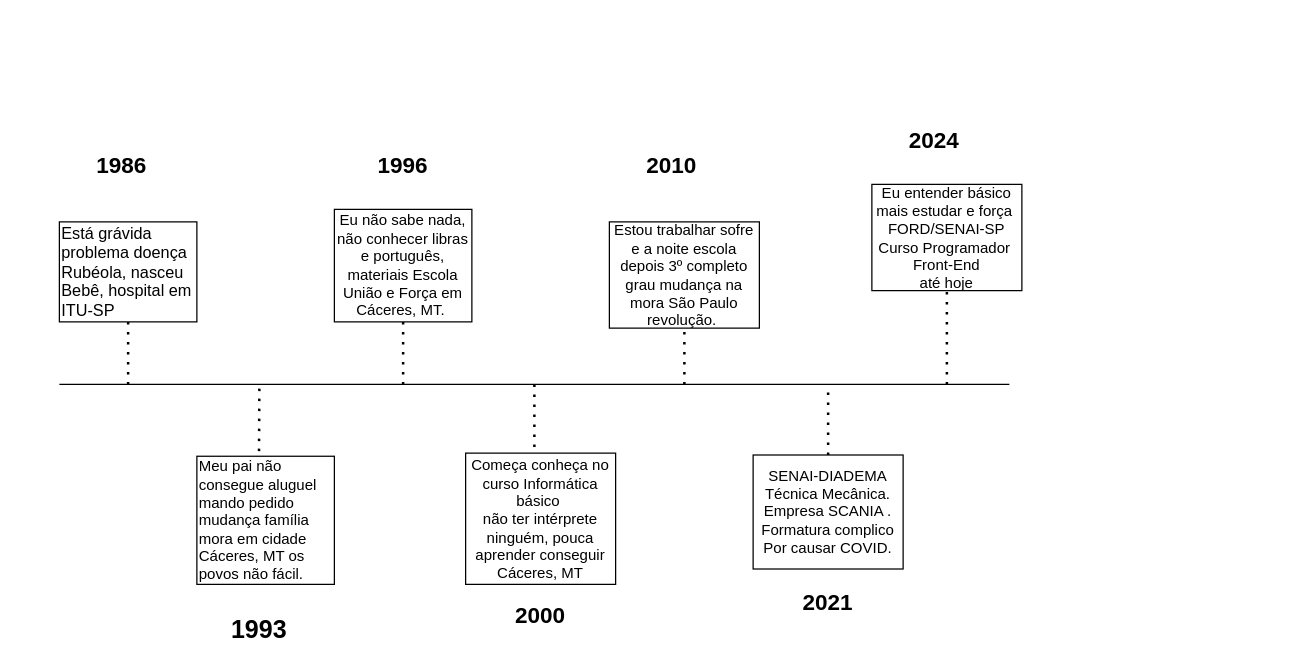
This is Diagrama sem nome.drawio from Carlagomesneto/Carlagomes, a draw.io file, before an edit. Source tidied: cells renumbered, new cells numbered last; positions are measured from the earlier drawing's top-left corner, leaving out a move shared by most shapes. Both pictures are drawn from the tidied source at 125%, with x=0, y=0 at pixel (59, 121).
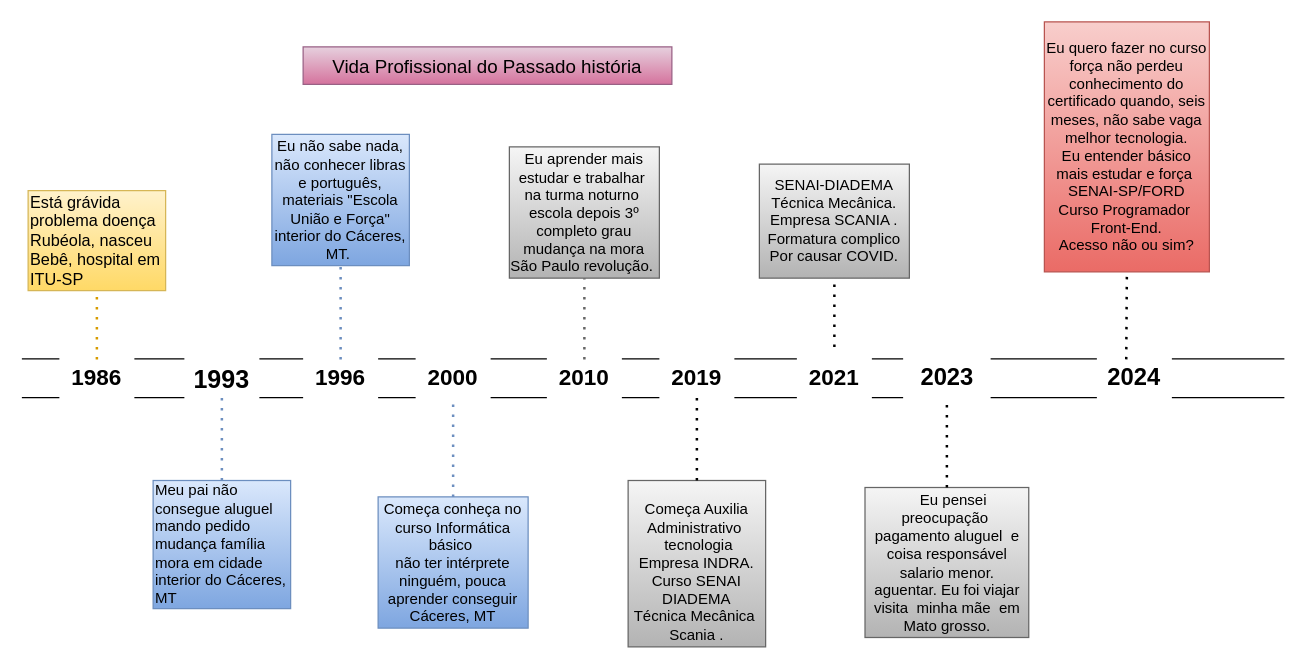
After the change.

What changed in the source:
```diff
@@
+    <mxCell id="3" value="&lt;div style=&quot;&quot;&gt;&lt;span style=&quot;background-color: initial; font-size: 13px;&quot;&gt;Está grávida problema doença Rubéola, nasceu Bebê, hospital em ITU-SP&amp;nbsp;&lt;/span&gt;&lt;/div&gt;" style="whiteSpace=wrap;html=1;align=left;labelBackgroundColor=none;rounded=0;fillColor=#fff2cc;strokeColor=#d6b656;gradientColor=#ffd966;" parent="1" vertex="1">
+      <mxGeometry x="-25" y="55" width="110" height="80" as="geometry" />
+    </mxCell>
+    <mxCell id="6" value="&lt;div style=&quot;&quot;&gt;&lt;span style=&quot;background-color: initial;&quot;&gt;Meu pai não consegue aluguel mando pedido mudança família mora em cidade interior do Cáceres, MT&amp;nbsp;&lt;/span&gt;&lt;/div&gt;" style="whiteSpace=wrap;html=1;align=left;labelBackgroundColor=none;rounded=0;fillColor=#dae8fc;gradientColor=#7ea6e0;strokeColor=#6c8ebf;" parent="1" vertex="1">
+      <mxGeometry x="75" y="286.9" width="110" height="102.5" as="geometry" />
+    </mxCell>
+    <mxCell id="9" value="Eu não sabe nada,&lt;div&gt;não conhecer libras e português, materiais &quot;Escola União e Força&quot; interior do Cáceres, MT.&amp;nbsp;&lt;/div&gt;" style="whiteSpace=wrap;html=1;labelBackgroundColor=none;rounded=0;fillColor=#dae8fc;gradientColor=#7ea6e0;strokeColor=#6c8ebf;" parent="1" vertex="1">
+      <mxGeometry x="170" y="10" width="110" height="105" as="geometry" />
+    </mxCell>
+    <mxCell id="12" value="Começa conheça no curso Informática básico&amp;nbsp;&lt;div&gt;não ter intérprete ninguém, pouca aprender conseguir&lt;/div&gt;&lt;div&gt;Cáceres, MT&lt;/div&gt;" style="whiteSpace=wrap;html=1;labelBackgroundColor=none;fillColor=#dae8fc;gradientColor=#7ea6e0;strokeColor=#6c8ebf;" parent="1" vertex="1">
+      <mxGeometry x="255" y="300" width="120" height="105" as="geometry" />
+    </mxCell>
+    <mxCell id="16" value="Eu aprender mais estudar e trabalhar&amp;nbsp; na turma noturno&amp;nbsp; escola depois 3º completo grau mudança na mora São Paulo revolução.&amp;nbsp;" style="whiteSpace=wrap;html=1;labelBackgroundColor=none;fillColor=#f5f5f5;gradientColor=#b3b3b3;strokeColor=#666666;" parent="1" vertex="1">
+      <mxGeometry x="360" y="20" width="120" height="105" as="geometry" />
+    </mxCell>
+    <mxCell id="19" value="SENAI-DIADEMA&lt;div&gt;Técnica Mecânica. Empresa SCANIA .&lt;/div&gt;&lt;div&gt;Formatura complico&lt;/div&gt;&lt;div&gt;Por causar COVID.&lt;/div&gt;" style="whiteSpace=wrap;html=1;labelBackgroundColor=none;fillColor=#f5f5f5;gradientColor=#b3b3b3;strokeColor=#666666;" parent="1" vertex="1">
+      <mxGeometry x="560" y="33.8" width="120" height="91.2" as="geometry" />
+    </mxCell>
+    <mxCell id="21" value="Eu quero fazer no curso força não perdeu conhecimento do certificado quando, seis meses, não sabe vaga melhor tecnologia.&lt;div&gt;&lt;div&gt;&lt;span style=&quot;background-color: initial;&quot;&gt;Eu entender básico mais estudar e força&amp;nbsp; SENAI-SP/FORD&lt;/span&gt;&lt;br&gt;&lt;/div&gt;&lt;div&gt;Curso Programador&amp;nbsp; Front-End.&lt;/div&gt;&lt;/div&gt;&lt;div&gt;Acesso não ou sim?&lt;/div&gt;" style="whiteSpace=wrap;html=1;labelBackgroundColor=none;fillColor=#f8cecc;gradientColor=#ea6b66;strokeColor=#b85450;" parent="1" vertex="1">
+      <mxGeometry x="788" y="-80" width="132" height="200" as="geometry" />
+    </mxCell>
+    <mxCell id="24" style="shape=link;html=1;rounded=0;width=31;" parent="1" edge="1" target="2">
+      <mxGeometry relative="1" as="geometry">
+        <mxPoint x="-30" y="205" as="sourcePoint" />
+      </mxGeometry>
+    </mxCell>
     <mxCell id="2" value="1986" style="text;html=1;align=center;verticalAlign=middle;whiteSpace=wrap;rounded=0;fontStyle=1;fontSize=18;labelBackgroundColor=none;" parent="1" vertex="1">
-      <mxGeometry x="20" y="20" width="60" height="30" as="geometry" />
+      <mxGeometry y="190" width="60" height="30" as="geometry" />
     </mxCell>
-    <mxCell id="3" value="&lt;div style=&quot;&quot;&gt;&lt;span style=&quot;background-color: initial; font-size: 13px;&quot;&gt;Está grávida problema doença Rubéola, nasceu Bebê, hospital em ITU-SP&amp;nbsp;&lt;/span&gt;&lt;/div&gt;" style="whiteSpace=wrap;html=1;align=left;labelBackgroundColor=none;rounded=0;" parent="1" vertex="1">
-      <mxGeometry y="80" width="110" height="80" as="geometry" />
-    </mxCell>
-    <mxCell id="4" style="endArrow=none;html=1;rounded=0;labelBackgroundColor=none;fontColor=default;" parent="1" edge="1">
-      <mxGeometry relative="1" as="geometry">
-        <mxPoint y="210" as="sourcePoint" />
-        <mxPoint x="760" y="210" as="targetPoint" />
-      </mxGeometry>
-    </mxCell>
+    <mxCell id="25" style="endArrow=none;dashed=1;html=1;dashPattern=1 3;strokeWidth=2;rounded=0;entryX=0.5;entryY=1;entryDx=0;entryDy=0;exitX=0.5;exitY=0;exitDx=0;exitDy=0;fillColor=#ffcd28;gradientColor=#ffa500;strokeColor=#d79b00;" parent="1" edge="1" source="2" target="3">
+      <mxGeometry relative="1" as="geometry" />
+    </mxCell>
+    <mxCell id="26" style="shape=link;html=1;rounded=0;width=31;" parent="1" edge="1" source="2" target="5">
+      <mxGeometry relative="1" as="geometry" />
+    </mxCell>
     <mxCell id="5" value="1993" style="text;html=1;align=center;verticalAlign=middle;whiteSpace=wrap;rounded=0;fontStyle=1;fontSize=20;labelBackgroundColor=none;" parent="1" vertex="1">
-      <mxGeometry x="130" y="390" width="60" height="30" as="geometry" />
+      <mxGeometry x="100" y="190" width="60" height="30" as="geometry" />
     </mxCell>
-    <mxCell id="6" value="&lt;div style=&quot;&quot;&gt;&lt;span style=&quot;background-color: initial;&quot;&gt;Meu pai não consegue aluguel mando pedido mudança família mora em cidade Cáceres, MT os povos não fácil.&lt;/span&gt;&lt;/div&gt;" style="whiteSpace=wrap;html=1;align=left;labelBackgroundColor=none;rounded=0;" parent="1" vertex="1">
-      <mxGeometry x="110" y="267.5" width="110" height="102.5" as="geometry" />
-    </mxCell>
-    <mxCell id="7" style="endArrow=none;dashed=1;html=1;dashPattern=1 3;strokeWidth=2;rounded=0;exitX=0.452;exitY=-0.04;exitDx=0;exitDy=0;exitPerimeter=0;labelBackgroundColor=none;fontColor=default;" parent="1" edge="1" source="6">
-      <mxGeometry relative="1" as="geometry">
-        <mxPoint x="160" y="210" as="targetPoint" />
-      </mxGeometry>
-    </mxCell>
-    <mxCell id="8" style="endArrow=none;dashed=1;html=1;dashPattern=1 3;strokeWidth=2;rounded=0;labelBackgroundColor=none;fontColor=default;entryX=0.5;entryY=1;entryDx=0;entryDy=0;" parent="1" edge="1" target="3">
-      <mxGeometry relative="1" as="geometry">
-        <mxPoint x="55" y="210" as="sourcePoint" />
-      </mxGeometry>
-    </mxCell>
-    <mxCell id="9" value="Eu não sabe nada,&lt;div&gt;não conhecer libras e português, materiais Escola União e Força em Cáceres, MT.&amp;nbsp;&lt;/div&gt;" style="whiteSpace=wrap;html=1;labelBackgroundColor=none;rounded=0;" parent="1" vertex="1">
-      <mxGeometry x="220" y="70" width="110" height="90" as="geometry" />
-    </mxCell>
+    <mxCell id="27" style="endArrow=none;dashed=1;html=1;dashPattern=1 3;strokeWidth=2;rounded=0;exitX=0.5;exitY=0;exitDx=0;exitDy=0;entryX=0.5;entryY=1;entryDx=0;entryDy=0;fillColor=#dae8fc;strokeColor=#6c8ebf;gradientColor=#7ea6e0;" parent="1" edge="1" source="6" target="5">
+      <mxGeometry relative="1" as="geometry" />
+    </mxCell>
+    <mxCell id="28" style="shape=link;html=1;rounded=0;width=31;" parent="1" edge="1" source="5" target="10">
+      <mxGeometry relative="1" as="geometry" />
+    </mxCell>
     <mxCell id="10" value="&lt;b&gt;&lt;font style=&quot;font-size: 18px;&quot;&gt;1996&lt;/font&gt;&lt;/b&gt;" style="text;html=1;align=center;verticalAlign=middle;whiteSpace=wrap;rounded=0;labelBackgroundColor=none;" parent="1" vertex="1">
-      <mxGeometry x="245" y="20" width="60" height="30" as="geometry" />
+      <mxGeometry x="195" y="190" width="60" height="30" as="geometry" />
     </mxCell>
+    <mxCell id="29" style="endArrow=none;dashed=1;html=1;dashPattern=1 3;strokeWidth=2;rounded=0;entryX=0.5;entryY=1;entryDx=0;entryDy=0;fillColor=#dae8fc;gradientColor=#7ea6e0;strokeColor=#6c8ebf;exitX=0.5;exitY=0;exitDx=0;exitDy=0;" parent="1" edge="1" source="10" target="9">
+      <mxGeometry relative="1" as="geometry" />
+    </mxCell>
+    <mxCell id="30" style="shape=link;html=1;rounded=0;width=31;" parent="1" edge="1" source="10" target="11">
+      <mxGeometry relative="1" as="geometry" />
+    </mxCell>
     <mxCell id="11" value="&lt;b&gt;&lt;font style=&quot;font-size: 18px;&quot;&gt;2000&lt;/font&gt;&lt;/b&gt;" style="text;html=1;align=center;verticalAlign=middle;whiteSpace=wrap;rounded=0;labelBackgroundColor=none;" parent="1" vertex="1">
-      <mxGeometry x="355" y="380" width="60" height="30" as="geometry" />
+      <mxGeometry x="285" y="190" width="60" height="30" as="geometry" />
     </mxCell>
-    <mxCell id="12" value="Começa conheça no curso Informática básico&amp;nbsp;&lt;div&gt;não ter intérprete ninguém, pouca aprender conseguir&lt;/div&gt;&lt;div&gt;Cáceres, MT&lt;/div&gt;" style="whiteSpace=wrap;html=1;labelBackgroundColor=none;" parent="1" vertex="1">
-      <mxGeometry x="325" y="265" width="120" height="105" as="geometry" />
-    </mxCell>
-    <mxCell id="13" style="endArrow=none;dashed=1;html=1;dashPattern=1 3;strokeWidth=2;entryX=0.5;entryY=1;entryDx=0;entryDy=0;labelBackgroundColor=none;fontColor=default;" parent="1" edge="1" target="9">
-      <mxGeometry relative="1" as="geometry">
-        <mxPoint x="275" y="210" as="sourcePoint" />
-      </mxGeometry>
-    </mxCell>
-    <mxCell id="14" style="endArrow=none;dashed=1;html=1;dashPattern=1 3;strokeWidth=2;labelBackgroundColor=none;fontColor=default;" parent="1" edge="1">
-      <mxGeometry relative="1" as="geometry">
-        <mxPoint x="380" y="260" as="sourcePoint" />
-        <mxPoint x="380" y="210" as="targetPoint" />
-      </mxGeometry>
-    </mxCell>
+    <mxCell id="31" style="endArrow=none;dashed=1;html=1;dashPattern=1 3;strokeWidth=2;rounded=0;entryX=0.5;entryY=1;entryDx=0;entryDy=0;fillColor=#dae8fc;gradientColor=#7ea6e0;strokeColor=#6c8ebf;exitX=0.5;exitY=0;exitDx=0;exitDy=0;" parent="1" edge="1" source="12" target="11">
+      <mxGeometry relative="1" as="geometry" />
+    </mxCell>
+    <mxCell id="32" style="shape=link;html=1;rounded=0;width=31;" parent="1" edge="1" source="11" target="15">
+      <mxGeometry relative="1" as="geometry" />
+    </mxCell>
     <mxCell id="15" value="&lt;b&gt;&lt;font style=&quot;font-size: 18px;&quot;&gt;2010&lt;/font&gt;&lt;/b&gt;" style="text;html=1;align=center;verticalAlign=middle;whiteSpace=wrap;rounded=0;labelBackgroundColor=none;" parent="1" vertex="1">
-      <mxGeometry x="460" y="20" width="60" height="30" as="geometry" />
+      <mxGeometry x="390" y="190" width="60" height="30" as="geometry" />
     </mxCell>
-    <mxCell id="16" value="Estou trabalhar sofre e a noite escola depois 3º completo grau mudança na mora São Paulo revolução.&amp;nbsp;" style="whiteSpace=wrap;html=1;labelBackgroundColor=none;" parent="1" vertex="1">
-      <mxGeometry x="440" y="80" width="120" height="85" as="geometry" />
-    </mxCell>
-    <mxCell id="17" style="endArrow=none;dashed=1;html=1;dashPattern=1 3;strokeWidth=2;entryX=0.5;entryY=1;entryDx=0;entryDy=0;labelBackgroundColor=none;fontColor=default;" parent="1" edge="1" target="16">
-      <mxGeometry relative="1" as="geometry">
-        <mxPoint x="500" y="210" as="sourcePoint" />
-      </mxGeometry>
-    </mxCell>
+    <mxCell id="33" style="endArrow=none;dashed=1;html=1;dashPattern=1 3;strokeWidth=2;rounded=0;exitX=0.5;exitY=0;exitDx=0;exitDy=0;entryX=0.5;entryY=1;entryDx=0;entryDy=0;fillColor=#f5f5f5;gradientColor=#b3b3b3;strokeColor=#666666;" parent="1" edge="1" source="15" target="16">
+      <mxGeometry relative="1" as="geometry" />
+    </mxCell>
+    <mxCell id="34" style="shape=link;html=1;rounded=0;width=31;" parent="1" edge="1" source="42" target="18">
+      <mxGeometry relative="1" as="geometry" />
+    </mxCell>
     <mxCell id="18" value="&lt;b&gt;&lt;font style=&quot;font-size: 18px;&quot;&gt;2021&lt;/font&gt;&lt;/b&gt;" style="text;html=1;align=center;verticalAlign=middle;whiteSpace=wrap;rounded=0;labelBackgroundColor=none;" parent="1" vertex="1">
-      <mxGeometry x="585" y="370" width="60" height="30" as="geometry" />
+      <mxGeometry x="590" y="190" width="60" height="30" as="geometry" />
     </mxCell>
-    <mxCell id="19" value="SENAI-DIADEMA&lt;div&gt;Técnica Mecânica. Empresa SCANIA .&lt;/div&gt;&lt;div&gt;Formatura complico&lt;/div&gt;&lt;div&gt;Por causar COVID.&lt;/div&gt;" style="whiteSpace=wrap;html=1;labelBackgroundColor=none;" parent="1" vertex="1">
-      <mxGeometry x="555" y="266.5" width="120" height="91.2" as="geometry" />
-    </mxCell>
-    <mxCell id="20" style="endArrow=none;dashed=1;html=1;dashPattern=1 3;strokeWidth=2;exitX=0.5;exitY=0;exitDx=0;exitDy=0;labelBackgroundColor=none;fontColor=default;" parent="1" edge="1" source="19">
-      <mxGeometry relative="1" as="geometry">
-        <mxPoint x="615" y="210" as="targetPoint" />
-      </mxGeometry>
-    </mxCell>
-    <mxCell id="21" value="Eu entender básico mais estudar e força&amp;nbsp; FORD/SENAI-SP&lt;div&gt;Curso Programador&amp;nbsp; Front-End&lt;/div&gt;&lt;div&gt;até hoje&lt;/div&gt;" style="whiteSpace=wrap;html=1;labelBackgroundColor=none;" parent="1" vertex="1">
-      <mxGeometry x="650" y="50" width="120" height="85" as="geometry" />
-    </mxCell>
+    <mxCell id="35" style="edgeStyle=orthogonalEdgeStyle;rounded=0;orthogonalLoop=1;jettySize=auto;html=1;exitX=0.5;exitY=1;exitDx=0;exitDy=0;" parent="1" edge="1">
+      <mxGeometry relative="1" as="geometry">
+        <mxPoint x="853.5" y="220" as="sourcePoint" />
+        <mxPoint x="853.5" y="220" as="targetPoint" />
+      </mxGeometry>
+    </mxCell>
+    <mxCell id="36" style="endArrow=none;dashed=1;html=1;dashPattern=1 3;strokeWidth=2;rounded=0;entryX=0.5;entryY=1;entryDx=0;entryDy=0;exitX=0.5;exitY=0;exitDx=0;exitDy=0;" parent="1" edge="1" target="21">
+      <mxGeometry relative="1" as="geometry">
+        <mxPoint x="853.5" y="190" as="sourcePoint" />
+      </mxGeometry>
+    </mxCell>
+    <mxCell id="37" value="&lt;font style=&quot;font-size: 15px;&quot;&gt;Vida Profissional do Passado história&lt;/font&gt;" style="text;html=1;align=center;verticalAlign=middle;whiteSpace=wrap;rounded=0;fillColor=#e6d0de;gradientColor=#d5739d;strokeColor=#996185;" parent="1" vertex="1">
+      <mxGeometry x="195" y="-60" width="295" height="30" as="geometry" />
+    </mxCell>
+    <mxCell id="38" value="&lt;div style=&quot;&quot;&gt;&lt;span style=&quot;background-color: initial;&quot;&gt;&amp;nbsp; &amp;nbsp;Eu pensei preocupação&amp;nbsp; pagamento aluguel&amp;nbsp; e coisa&amp;nbsp;&lt;/span&gt;&lt;span style=&quot;background-color: initial;&quot;&gt;responsável salario menor. aguentar.&amp;nbsp;&lt;/span&gt;&lt;span style=&quot;background-color: initial;&quot;&gt;Eu foi viajar visita&amp;nbsp; minha mãe&amp;nbsp; em Mato grosso.&lt;/span&gt;&lt;/div&gt;" style="text;html=1;align=center;verticalAlign=middle;whiteSpace=wrap;rounded=0;fillColor=#f5f5f5;gradientColor=#b3b3b3;strokeColor=#666666;" parent="1" vertex="1">
+      <mxGeometry x="644.5" y="292.5" width="131" height="120" as="geometry" />
+    </mxCell>
+    <mxCell id="39" value="&lt;br&gt;&lt;span style=&quot;color: rgb(0, 0, 0); font-family: Helvetica; font-size: 12px; font-style: normal; font-variant-ligatures: normal; font-variant-caps: normal; font-weight: 400; letter-spacing: normal; orphans: 2; text-align: center; text-indent: 0px; text-transform: none; widows: 2; word-spacing: 0px; -webkit-text-stroke-width: 0px; white-space: normal; text-decoration-thickness: initial; text-decoration-style: initial; text-decoration-color: initial; float: none; display: inline !important;&quot;&gt;Começa Auxilia Administrativo&amp;nbsp; &amp;nbsp;tecnologia Empresa INDRA.&lt;/span&gt;&lt;div&gt;&lt;span style=&quot;color: rgb(0, 0, 0); font-family: Helvetica; font-size: 12px; font-style: normal; font-variant-ligatures: normal; font-variant-caps: normal; font-weight: 400; letter-spacing: normal; orphans: 2; text-align: center; text-indent: 0px; text-transform: none; widows: 2; word-spacing: 0px; -webkit-text-stroke-width: 0px; white-space: normal; text-decoration-thickness: initial; text-decoration-style: initial; text-decoration-color: initial; float: none; display: inline !important;&quot;&gt;Curso SENAI DIADEMA&lt;/span&gt;&lt;/div&gt;&lt;div&gt;&lt;span style=&quot;color: rgb(0, 0, 0); font-family: Helvetica; font-size: 12px; font-style: normal; font-variant-ligatures: normal; font-variant-caps: normal; font-weight: 400; letter-spacing: normal; orphans: 2; text-align: center; text-indent: 0px; text-transform: none; widows: 2; word-spacing: 0px; -webkit-text-stroke-width: 0px; white-space: normal; text-decoration-thickness: initial; text-decoration-style: initial; text-decoration-color: initial; float: none; display: inline !important;&quot;&gt;Técnica Mecânica&amp;nbsp;&lt;/span&gt;&lt;div&gt;Scania .&lt;/div&gt;&lt;/div&gt;" style="text;html=1;align=center;verticalAlign=middle;whiteSpace=wrap;rounded=0;fillColor=#f5f5f5;gradientColor=#b3b3b3;strokeColor=#666666;" parent="1" vertex="1">
+      <mxGeometry x="455" y="286.9" width="110" height="133.1" as="geometry" />
+    </mxCell>
+    <mxCell id="40" style="endArrow=none;dashed=1;html=1;dashPattern=1 3;strokeWidth=2;rounded=0;exitX=0.5;exitY=0;exitDx=0;exitDy=0;" parent="1" edge="1" source="39">
+      <mxGeometry relative="1" as="geometry">
+        <mxPoint x="510" y="220" as="targetPoint" />
+      </mxGeometry>
+    </mxCell>
+    <mxCell id="41" style="shape=link;html=1;rounded=0;width=31;" parent="1" edge="1" source="15" target="42">
+      <mxGeometry relative="1" as="geometry" />
+    </mxCell>
+    <mxCell id="42" value="&lt;font size=&quot;1&quot; style=&quot;&quot;&gt;&lt;b style=&quot;font-size: 18px;&quot;&gt;2019&lt;/b&gt;&lt;/font&gt;" style="text;html=1;align=center;verticalAlign=middle;whiteSpace=wrap;rounded=0;" parent="1" vertex="1">
+      <mxGeometry x="480" y="190" width="60" height="30" as="geometry" />
+    </mxCell>
+    <mxCell id="43" style="endArrow=none;dashed=1;html=1;dashPattern=1 3;strokeWidth=2;rounded=0;entryX=0.5;entryY=1;entryDx=0;entryDy=0;" parent="1" edge="1" target="19">
+      <mxGeometry relative="1" as="geometry">
+        <mxPoint x="620" y="180" as="sourcePoint" />
+      </mxGeometry>
+    </mxCell>
+    <mxCell id="44" style="shape=link;html=1;rounded=0;width=31;" parent="1" edge="1" source="22">
+      <mxGeometry relative="1" as="geometry">
+        <mxPoint x="980" y="205" as="targetPoint" />
+      </mxGeometry>
+    </mxCell>
+    <mxCell id="45" style="endArrow=none;dashed=1;html=1;dashPattern=1 3;strokeWidth=2;rounded=0;entryX=0.5;entryY=1;entryDx=0;entryDy=0;exitX=0.5;exitY=0;exitDx=0;exitDy=0;" parent="1" edge="1" source="38">
+      <mxGeometry relative="1" as="geometry">
+        <mxPoint x="710" y="225" as="targetPoint" />
+      </mxGeometry>
+    </mxCell>
+    <mxCell id="46" style="shape=link;html=1;rounded=0;width=31;" parent="1" edge="1" source="18" target="47">
+      <mxGeometry relative="1" as="geometry" />
+    </mxCell>
+    <mxCell id="47" value="&lt;b&gt;&lt;font style=&quot;font-size: 19px;&quot;&gt;2023&lt;/font&gt;&lt;/b&gt;" style="text;html=1;align=center;verticalAlign=middle;points=[];strokeColor=none;fillColor=none;" parent="1" vertex="1">
+      <mxGeometry x="675" y="185" width="70" height="40" as="geometry" />
+    </mxCell>
+    <mxCell id="48" style="shape=link;html=1;rounded=0;width=31;" parent="1" edge="1" source="47" target="22">
+      <mxGeometry relative="1" as="geometry" />
+    </mxCell>
-    <mxCell id="22" value="&lt;b&gt;&lt;font style=&quot;font-size: 18px;&quot;&gt;2024&lt;/font&gt;&lt;/b&gt;" style="text;html=1;align=center;verticalAlign=middle;whiteSpace=wrap;rounded=0;labelBackgroundColor=none;" parent="1" vertex="1">
-      <mxGeometry x="670" width="60" height="30" as="geometry" />
+    <mxCell id="22" value="&lt;b&gt;&lt;font style=&quot;font-size: 19px;&quot;&gt;2024&lt;/font&gt;&lt;/b&gt;" style="text;html=1;align=center;verticalAlign=middle;whiteSpace=wrap;rounded=0;fontFamily=Helvetica;fontSize=11;fontColor=default;labelBackgroundColor=default;" parent="1" vertex="1">
+      <mxGeometry x="830" y="190" width="60" height="30" as="geometry" />
     </mxCell>
-    <mxCell id="23" style="endArrow=none;dashed=1;html=1;dashPattern=1 3;strokeWidth=2;entryX=0.5;entryY=1;entryDx=0;entryDy=0;labelBackgroundColor=none;fontColor=default;" parent="1" edge="1" target="21">
-      <mxGeometry relative="1" as="geometry">
-        <mxPoint x="710" y="210" as="sourcePoint" />
-      </mxGeometry>
-    </mxCell>
```
